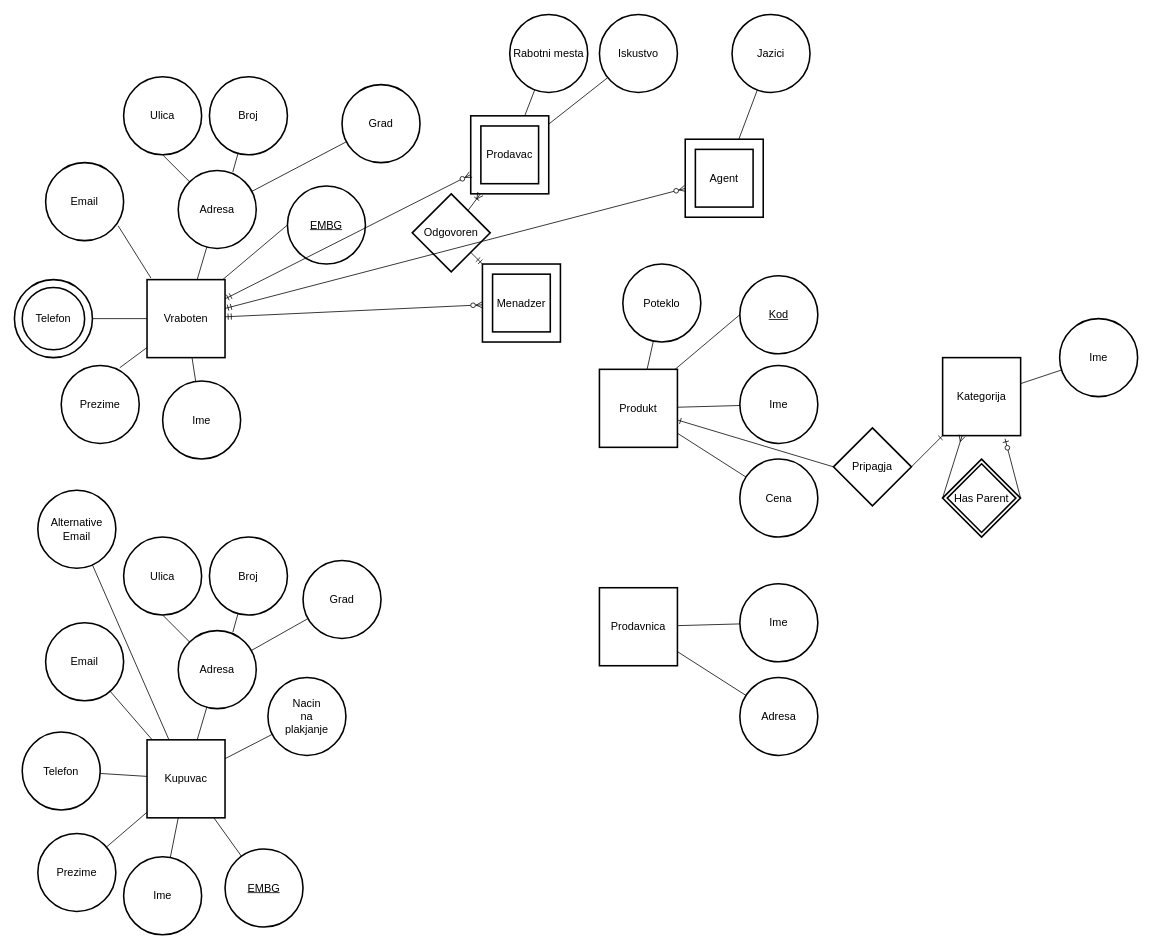
Crypter/Chernobyl keeps this draw.io diagram as LAB1.drawio. Above is the earlier version. Source tidied: cells renumbered, new cells numbered last; positions are measured from the earlier drawing's top-left corner, leaving out a move shared by most shapes. Both pictures are drawn from the tidied source at 78%, with x=0, y=0 at pixel (14, 14).
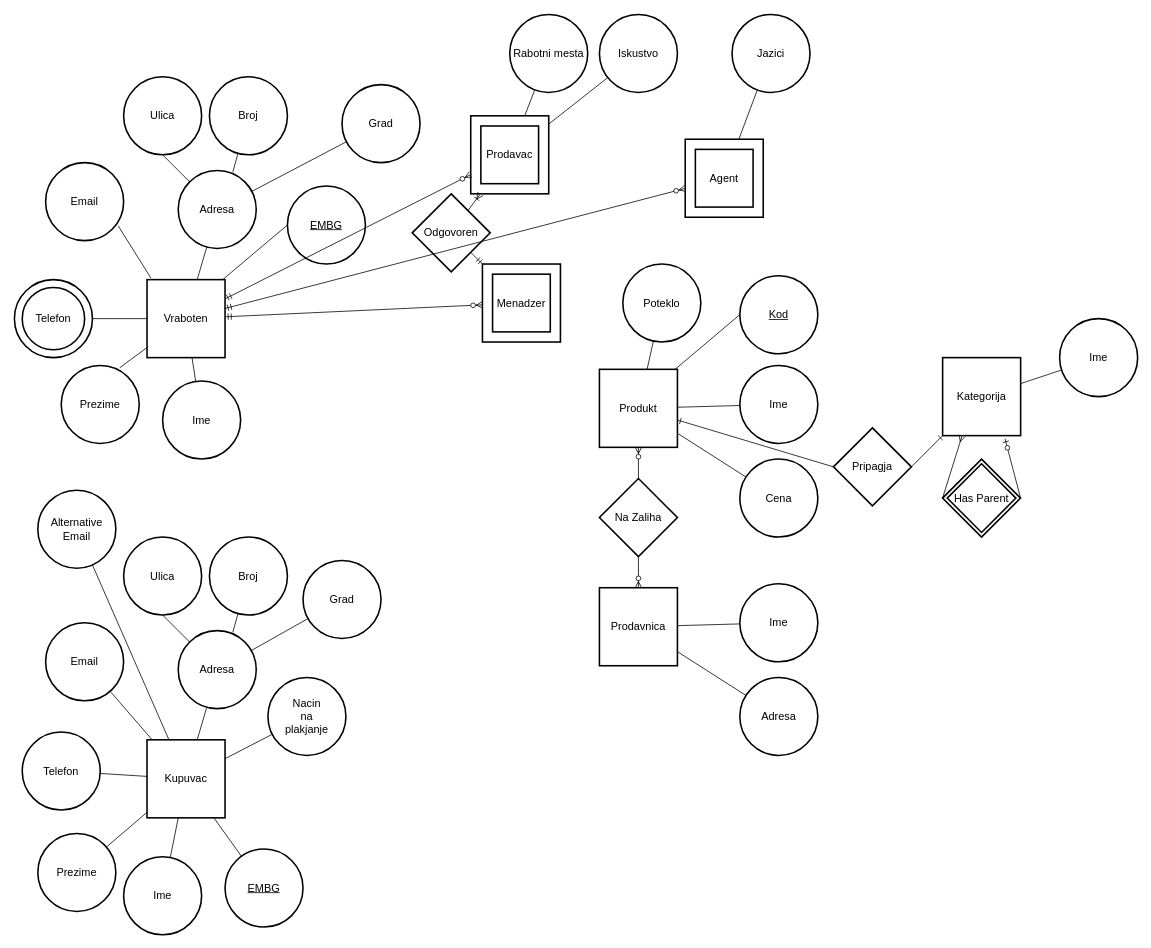
After the change.

Unchanged cells that the change refers to:
```xml
<mxCell id="21" value="&lt;div&gt;Produkt&lt;/div&gt;" style="strokeWidth=2;whiteSpace=wrap;html=1;align=center;fontSize=14;" parent="1" vertex="1">
  <mxGeometry x="750" y="455" width="100" height="100" as="geometry" />
</mxCell>
<mxCell id="30" value="Prodavnica" style="strokeWidth=2;whiteSpace=wrap;html=1;align=center;fontSize=14;" parent="1" vertex="1">
  <mxGeometry x="750" y="735" width="100" height="100" as="geometry" />
</mxCell>
```

Change to the diagram source:
```diff
@@
+    <mxCell id="82" value="Na Zaliha" style="shape=rhombus;strokeWidth=2;fontSize=17;perimeter=rhombusPerimeter;whiteSpace=wrap;html=1;align=center;fontSize=14;gradientColor=#ffffff;" parent="1" vertex="1">
+      <mxGeometry x="750" y="595" width="100" height="100" as="geometry" />
+    </mxCell>
+    <mxCell id="83" style="fontSize=12;html=1;endArrow=ERzeroToMany;endFill=1;" parent="1" edge="1" source="82" target="21">
+      <mxGeometry relative="1" as="geometry" />
+    </mxCell>
+    <mxCell id="84" style="fontSize=12;html=1;endArrow=ERzeroToMany;endFill=1;" parent="1" edge="1" source="82" target="30">
+      <mxGeometry relative="1" as="geometry" />
+    </mxCell>
```
